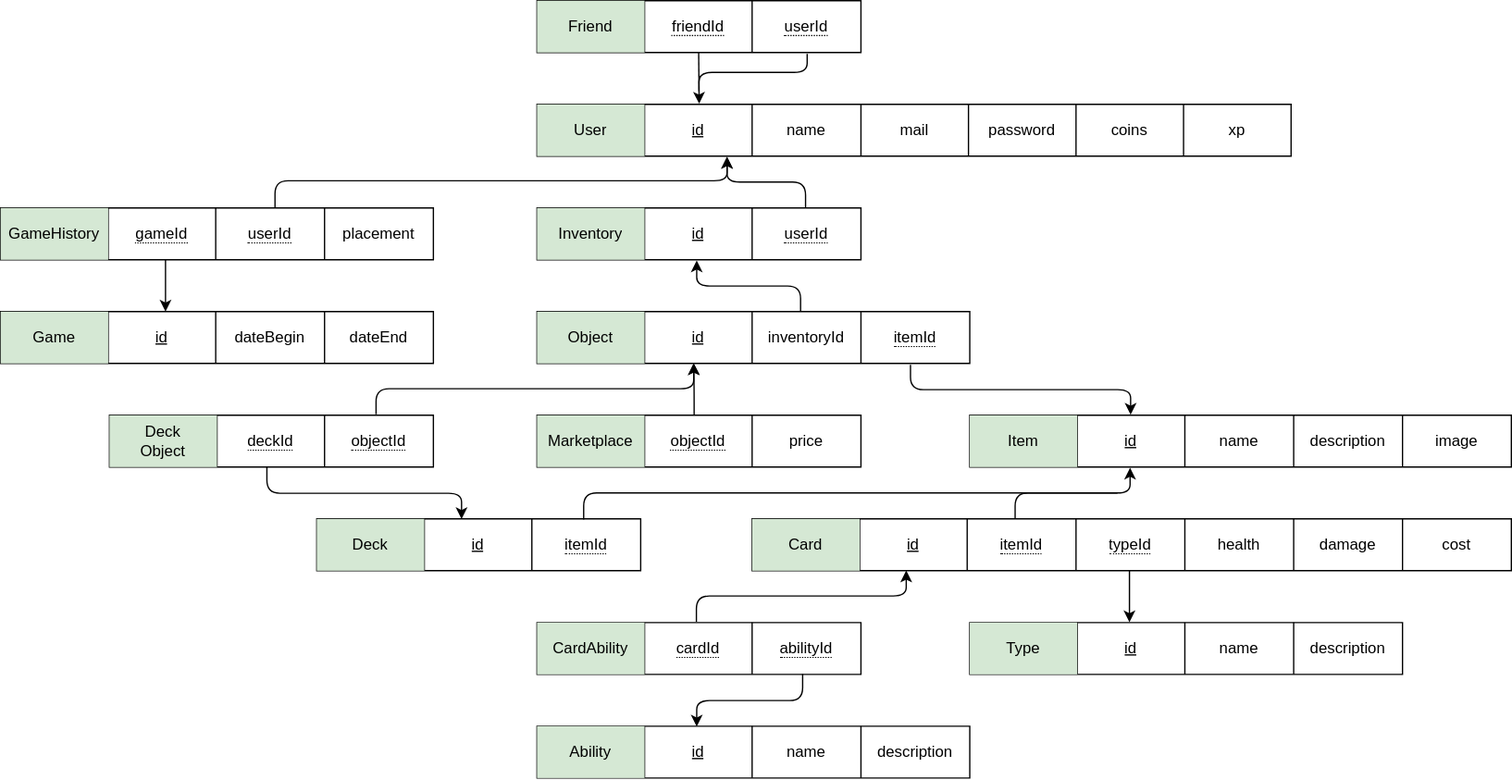
This is diagrams/database/relation_schema.drawio.svg from i3ene/decksterous, a draw.io export, as it was before one commit. Source tidied: cells renumbered, new cells last; positions are measured from the earlier drawing's top-left corner, leaving out a move shared by most shapes.
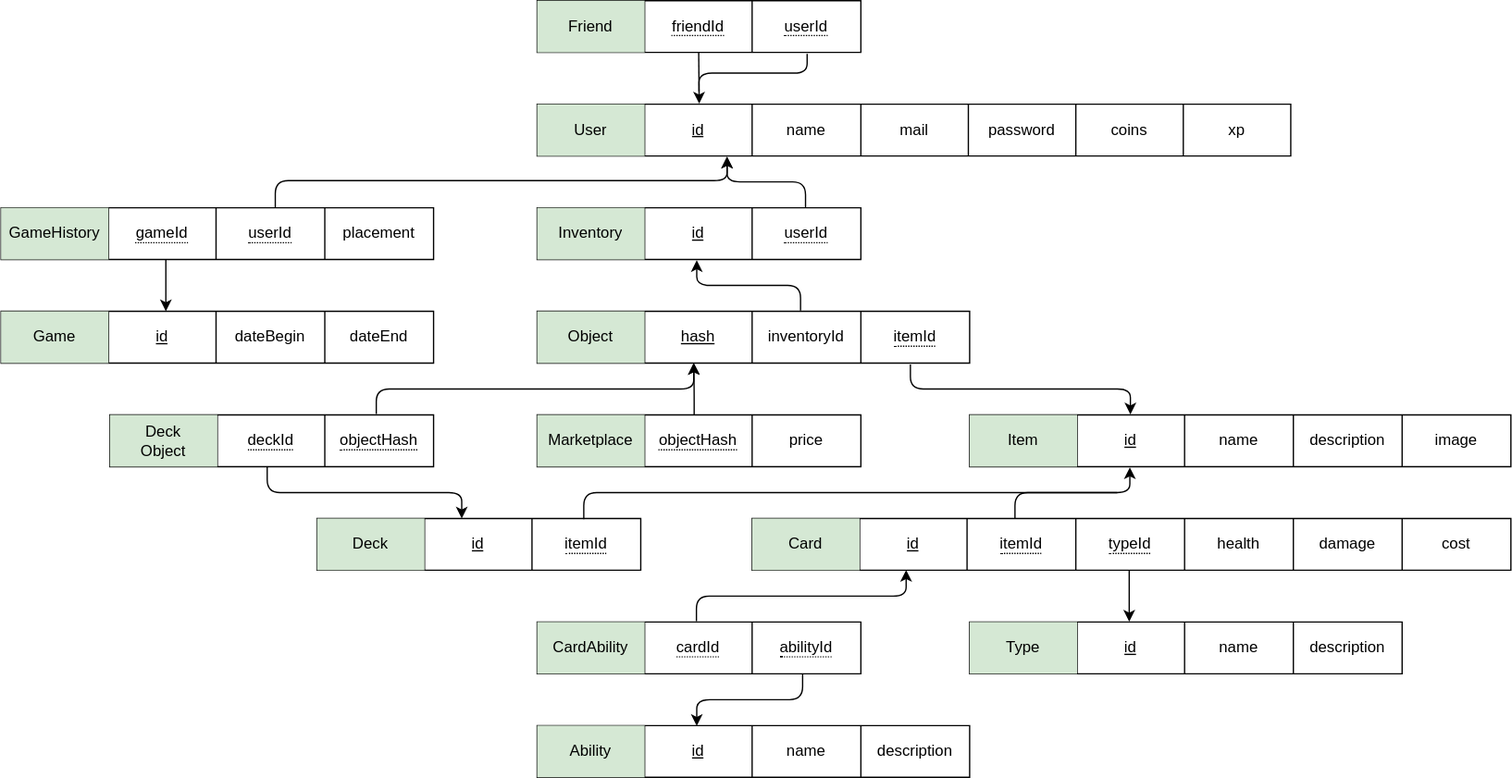
After the commit.

Commit message:
adjusted EER and Relation Schema

Change to the diagram source:
```diff
@@ -83,7 +83,7 @@
     <mxCell id="26" value="Object" style="shape=partialRectangle;html=1;whiteSpace=wrap;fillColor=#d5e8d4;top=0;left=0;bottom=0;right=0;overflow=hidden;strokeColor=#82b366;" parent="25" vertex="1">
       <mxGeometry width="83" height="40" as="geometry" />
     </mxCell>
-    <mxCell id="27" value="&lt;u&gt;id&lt;/u&gt;" style="shape=partialRectangle;html=1;whiteSpace=wrap;fillColor=none;top=0;left=0;bottom=0;right=0;overflow=hidden;" parent="25" vertex="1">
+    <mxCell id="27" value="&lt;u&gt;hash&lt;/u&gt;" style="shape=partialRectangle;html=1;whiteSpace=wrap;fillColor=none;top=0;left=0;bottom=0;right=0;overflow=hidden;" parent="25" vertex="1">
       <mxGeometry x="83" width="83" height="40" as="geometry" />
     </mxCell>
     <mxCell id="28" value="inventoryId" style="shape=partialRectangle;html=1;whiteSpace=wrap;fillColor=none;top=0;left=0;bottom=0;right=0;overflow=hidden;" parent="25" vertex="1">
@@ -189,7 +189,7 @@
     <mxCell id="58" value="&lt;span style=&quot;border-bottom: 1px dotted&quot;&gt;deckId&lt;/span&gt;" style="shape=partialRectangle;html=1;whiteSpace=wrap;fillColor=none;top=0;left=0;bottom=0;right=0;overflow=hidden;" parent="56" vertex="1">
       <mxGeometry x="83" width="83" height="40" as="geometry" />
     </mxCell>
-    <mxCell id="59" value="&lt;span style=&quot;border-bottom: 1px dotted&quot;&gt;objectId&lt;/span&gt;" style="shape=partialRectangle;html=1;whiteSpace=wrap;fillColor=none;top=0;left=0;bottom=0;right=0;overflow=hidden;" parent="56" vertex="1">
+    <mxCell id="59" value="&lt;span style=&quot;border-bottom: 1px dotted&quot;&gt;objectHash&lt;/span&gt;" style="shape=partialRectangle;html=1;whiteSpace=wrap;fillColor=none;top=0;left=0;bottom=0;right=0;overflow=hidden;" parent="56" vertex="1">
       <mxGeometry x="166" width="84" height="40" as="geometry" />
     </mxCell>
     <mxCell id="60" style="endArrow=classic;html=1;exitX=0.823;exitY=-0.018;exitDx=0;exitDy=0;exitPerimeter=0;entryX=0.362;entryY=1.002;entryDx=0;entryDy=0;entryPerimeter=0;edgeStyle=elbowEdgeStyle;elbow=vertical;" parent="1" edge="1" source="56" target="25">
@@ -267,7 +267,7 @@
     <mxCell id="84" value="Marketplace" style="shape=partialRectangle;html=1;whiteSpace=wrap;fillColor=#d5e8d4;top=0;left=0;bottom=0;right=0;overflow=hidden;strokeColor=#82b366;" parent="83" vertex="1">
       <mxGeometry width="83" height="40" as="geometry" />
     </mxCell>
-    <mxCell id="85" value="&lt;span style=&quot;border-bottom: 1px dotted&quot;&gt;objectId&lt;/span&gt;" style="shape=partialRectangle;html=1;whiteSpace=wrap;fillColor=none;top=0;left=0;bottom=0;right=0;overflow=hidden;" parent="83" vertex="1">
+    <mxCell id="85" value="&lt;span style=&quot;border-bottom: 1px dotted&quot;&gt;objectHash&lt;/span&gt;" style="shape=partialRectangle;html=1;whiteSpace=wrap;fillColor=none;top=0;left=0;bottom=0;right=0;overflow=hidden;" parent="83" vertex="1">
       <mxGeometry x="83" width="83" height="40" as="geometry" />
     </mxCell>
     <mxCell id="86" value="price" style="shape=partialRectangle;html=1;whiteSpace=wrap;fillColor=none;top=0;left=0;bottom=0;right=0;overflow=hidden;" parent="83" vertex="1">
```
